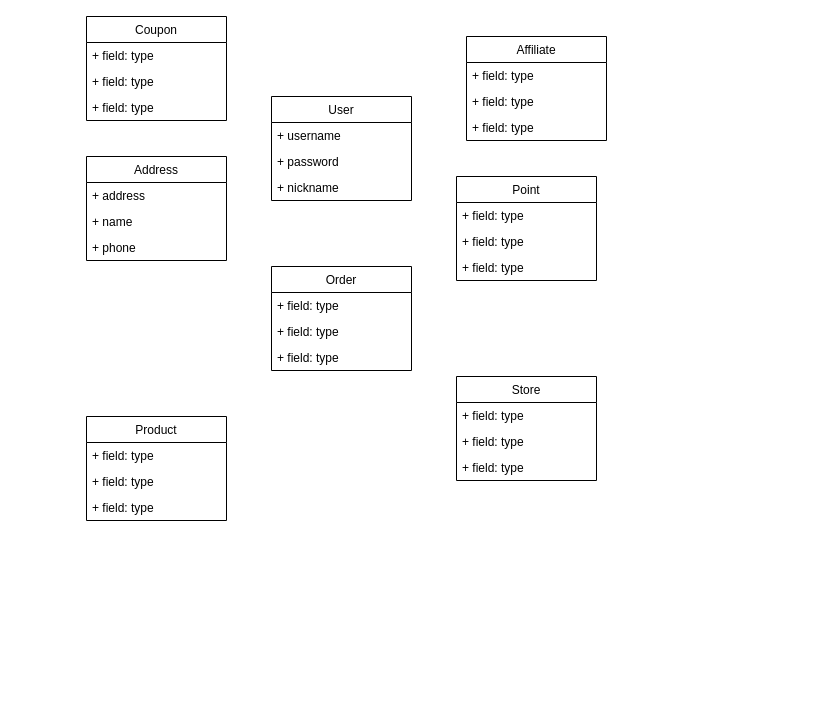
Earlier version of the draw.io diagram mall.drawio (jrsmith12138/diagrams). Source tidied: cells renumbered, new cells numbered last; positions are measured from the earlier drawing's top-left corner, leaving out a move shared by most shapes. Both pictures are drawn from the tidied source at 100%, with x=0, y=0 at pixel (86, 16).
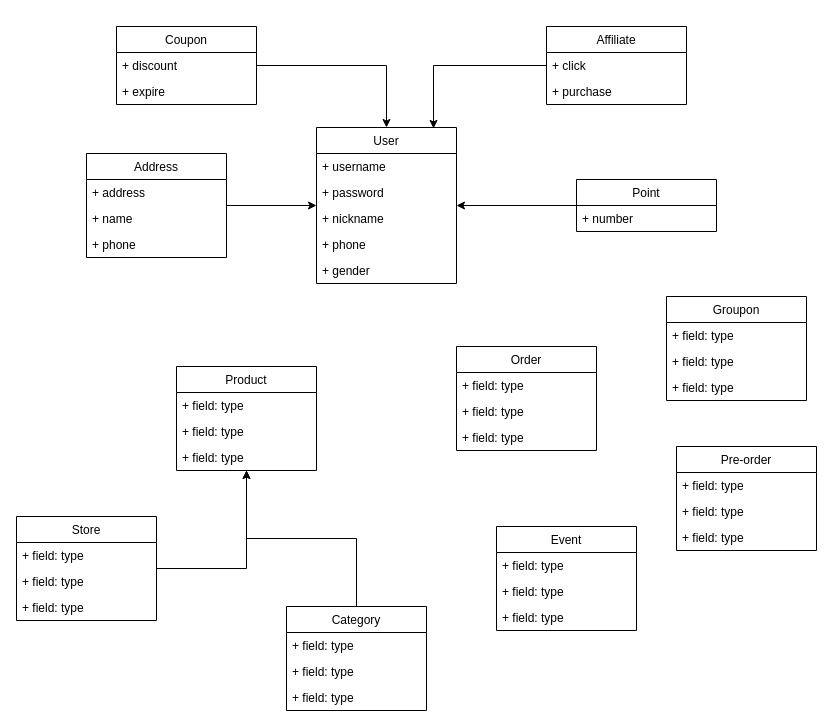
Above is the later version.

The edit, as a diff of the source:
```diff
@@
-    <mxCell id="2" value="Coupon" style="swimlane;fontStyle=0;horizontal=1;startSize=26;fillColor=none;" parent="1" vertex="1">
-      <mxGeometry width="140" height="104" as="geometry" />
-    </mxCell>
-    <mxCell id="3" value="+ field: type" style="text;strokeColor=none;fillColor=none;align=left;verticalAlign=top;spacingLeft=4;spacingRight=4;overflow=hidden;" parent="2" vertex="1">
-      <mxGeometry y="26" width="140" height="26" as="geometry" />
-    </mxCell>
-    <mxCell id="4" value="+ field: type" style="text;strokeColor=none;fillColor=none;align=left;verticalAlign=top;spacingLeft=4;spacingRight=4;overflow=hidden;" parent="2" vertex="1">
-      <mxGeometry y="52" width="140" height="26" as="geometry" />
-    </mxCell>
-    <mxCell id="5" value="+ field: type" style="text;strokeColor=none;fillColor=none;align=left;verticalAlign=top;spacingLeft=4;spacingRight=4;overflow=hidden;" parent="2" vertex="1">
-      <mxGeometry y="78" width="140" height="26" as="geometry" />
-    </mxCell>
+    <mxCell id="22" value="Product" style="swimlane;fontStyle=0;horizontal=1;startSize=26;fillColor=none;" parent="1" vertex="1">
+      <mxGeometry x="90" y="350" width="140" height="104" as="geometry" />
+    </mxCell>
+    <mxCell id="23" value="+ field: type" style="text;strokeColor=none;fillColor=none;align=left;verticalAlign=top;spacingLeft=4;spacingRight=4;overflow=hidden;" parent="22" vertex="1">
+      <mxGeometry y="26" width="140" height="26" as="geometry" />
+    </mxCell>
+    <mxCell id="24" value="+ field: type" style="text;strokeColor=none;fillColor=none;align=left;verticalAlign=top;spacingLeft=4;spacingRight=4;overflow=hidden;" parent="22" vertex="1">
+      <mxGeometry y="52" width="140" height="26" as="geometry" />
+    </mxCell>
+    <mxCell id="25" value="+ field: type" style="text;strokeColor=none;fillColor=none;align=left;verticalAlign=top;spacingLeft=4;spacingRight=4;overflow=hidden;" parent="22" vertex="1">
+      <mxGeometry y="78" width="140" height="26" as="geometry" />
+    </mxCell>
+    <mxCell id="10" value="User" style="swimlane;fontStyle=0;horizontal=1;startSize=26;fillColor=none;" parent="1" vertex="1">
+      <mxGeometry x="230" y="111" width="140" height="156" as="geometry" />
+    </mxCell>
+    <mxCell id="11" value="+ username" style="text;strokeColor=none;fillColor=none;align=left;verticalAlign=top;spacingLeft=4;spacingRight=4;overflow=hidden;" parent="10" vertex="1">
+      <mxGeometry y="26" width="140" height="26" as="geometry" />
+    </mxCell>
+    <mxCell id="12" value="+ password" style="text;strokeColor=none;fillColor=none;align=left;verticalAlign=top;spacingLeft=4;spacingRight=4;overflow=hidden;" parent="10" vertex="1">
+      <mxGeometry y="52" width="140" height="26" as="geometry" />
+    </mxCell>
+    <mxCell id="13" value="+ nickname" style="text;strokeColor=none;fillColor=none;align=left;verticalAlign=top;spacingLeft=4;spacingRight=4;overflow=hidden;" parent="10" vertex="1">
+      <mxGeometry y="78" width="140" height="26" as="geometry" />
+    </mxCell>
+    <mxCell id="34" value="+ phone" style="text;strokeColor=none;fillColor=none;align=left;verticalAlign=top;spacingLeft=4;spacingRight=4;overflow=hidden;" parent="10" vertex="1">
+      <mxGeometry y="104" width="140" height="26" as="geometry" />
+    </mxCell>
+    <mxCell id="35" value="+ gender" style="text;strokeColor=none;fillColor=none;align=left;verticalAlign=top;spacingLeft=4;spacingRight=4;overflow=hidden;" parent="10" vertex="1">
+      <mxGeometry y="130" width="140" height="26" as="geometry" />
+    </mxCell>
+    <mxCell id="36" style="edgeStyle=orthogonalEdgeStyle;rounded=0;jettySize=auto;html=1;" parent="1" edge="1" source="6" target="10">
+      <mxGeometry relative="1" as="geometry" />
+    </mxCell>
     <mxCell id="6" value="Address" style="swimlane;fontStyle=0;horizontal=1;startSize=26;fillColor=none;" parent="1" vertex="1">
-      <mxGeometry y="140" width="140" height="104" as="geometry" />
+      <mxGeometry y="137" width="140" height="104" as="geometry" />
     </mxCell>
@@
-    <mxCell id="10" value="User" style="swimlane;fontStyle=0;horizontal=1;startSize=26;fillColor=none;" parent="1" vertex="1">
-      <mxGeometry x="185" y="80" width="140" height="104" as="geometry" />
-    </mxCell>
-    <mxCell id="11" value="+ username" style="text;strokeColor=none;fillColor=none;align=left;verticalAlign=top;spacingLeft=4;spacingRight=4;overflow=hidden;" parent="10" vertex="1">
-      <mxGeometry y="26" width="140" height="26" as="geometry" />
-    </mxCell>
-    <mxCell id="12" value="+ password" style="text;strokeColor=none;fillColor=none;align=left;verticalAlign=top;spacingLeft=4;spacingRight=4;overflow=hidden;" parent="10" vertex="1">
-      <mxGeometry y="52" width="140" height="26" as="geometry" />
-    </mxCell>
-    <mxCell id="13" value="+ nickname" style="text;strokeColor=none;fillColor=none;align=left;verticalAlign=top;spacingLeft=4;spacingRight=4;overflow=hidden;" parent="10" vertex="1">
-      <mxGeometry y="78" width="140" height="26" as="geometry" />
-    </mxCell>
+    <mxCell id="37" style="edgeStyle=orthogonalEdgeStyle;rounded=0;jettySize=auto;html=1;" parent="1" edge="1" source="18" target="10">
+      <mxGeometry relative="1" as="geometry" />
+    </mxCell>
+    <mxCell id="18" value="Point" style="swimlane;fontStyle=0;horizontal=1;startSize=26;fillColor=none;" parent="1" vertex="1">
+      <mxGeometry x="490" y="163" width="140" height="52" as="geometry" />
+    </mxCell>
+    <mxCell id="19" value="+ number" style="text;strokeColor=none;fillColor=none;align=left;verticalAlign=top;spacingLeft=4;spacingRight=4;overflow=hidden;" parent="18" vertex="1">
+      <mxGeometry y="26" width="140" height="26" as="geometry" />
+    </mxCell>
+    <mxCell id="38" style="edgeStyle=orthogonalEdgeStyle;rounded=0;jettySize=auto;html=1;" parent="1" edge="1" source="2" target="10">
+      <mxGeometry relative="1" as="geometry" />
+    </mxCell>
+    <mxCell id="2" value="Coupon" style="swimlane;fontStyle=0;horizontal=1;startSize=26;fillColor=none;" parent="1" vertex="1">
+      <mxGeometry x="30" y="10" width="140" height="78" as="geometry" />
+    </mxCell>
+    <mxCell id="3" value="+ discount" style="text;strokeColor=none;fillColor=none;align=left;verticalAlign=top;spacingLeft=4;spacingRight=4;overflow=hidden;" parent="2" vertex="1">
+      <mxGeometry y="26" width="140" height="26" as="geometry" />
+    </mxCell>
+    <mxCell id="4" value="+ expire" style="text;strokeColor=none;fillColor=none;align=left;verticalAlign=top;spacingLeft=4;spacingRight=4;overflow=hidden;" parent="2" vertex="1">
+      <mxGeometry y="52" width="140" height="26" as="geometry" />
+    </mxCell>
+    <mxCell id="39" style="edgeStyle=orthogonalEdgeStyle;rounded=0;jettySize=auto;html=1;entryX=0.836;entryY=0.006;entryDx=0;entryDy=0;entryPerimeter=0;" parent="1" edge="1" source="14" target="10">
+      <mxGeometry relative="1" as="geometry" />
+    </mxCell>
     <mxCell id="14" value="Affiliate" style="swimlane;fontStyle=0;horizontal=1;startSize=26;fillColor=none;" parent="1" vertex="1">
-      <mxGeometry x="380" y="20" width="140" height="104" as="geometry" />
+      <mxGeometry x="460" y="10" width="140" height="78" as="geometry" />
     </mxCell>
-    <mxCell id="15" value="+ field: type" style="text;strokeColor=none;fillColor=none;align=left;verticalAlign=top;spacingLeft=4;spacingRight=4;overflow=hidden;" parent="14" vertex="1">
+    <mxCell id="15" value="+ click" style="text;strokeColor=none;fillColor=none;align=left;verticalAlign=top;spacingLeft=4;spacingRight=4;overflow=hidden;" parent="14" vertex="1">
       <mxGeometry y="26" width="140" height="26" as="geometry" />
     </mxCell>
-    <mxCell id="16" value="+ field: type" style="text;strokeColor=none;fillColor=none;align=left;verticalAlign=top;spacingLeft=4;spacingRight=4;overflow=hidden;" parent="14" vertex="1">
+    <mxCell id="16" value="+ purchase" style="text;strokeColor=none;fillColor=none;align=left;verticalAlign=top;spacingLeft=4;spacingRight=4;overflow=hidden;" parent="14" vertex="1">
       <mxGeometry y="52" width="140" height="26" as="geometry" />
     </mxCell>
-    <mxCell id="17" value="+ field: type" style="text;strokeColor=none;fillColor=none;align=left;verticalAlign=top;spacingLeft=4;spacingRight=4;overflow=hidden;" parent="14" vertex="1">
-      <mxGeometry y="78" width="140" height="26" as="geometry" />
-    </mxCell>
-    <mxCell id="18" value="Point" style="swimlane;fontStyle=0;horizontal=1;startSize=26;fillColor=none;" parent="1" vertex="1">
-      <mxGeometry x="370" y="160" width="140" height="104" as="geometry" />
-    </mxCell>
-    <mxCell id="19" value="+ field: type" style="text;strokeColor=none;fillColor=none;align=left;verticalAlign=top;spacingLeft=4;spacingRight=4;overflow=hidden;" parent="18" vertex="1">
-      <mxGeometry y="26" width="140" height="26" as="geometry" />
-    </mxCell>
-    <mxCell id="20" value="+ field: type" style="text;strokeColor=none;fillColor=none;align=left;verticalAlign=top;spacingLeft=4;spacingRight=4;overflow=hidden;" parent="18" vertex="1">
-      <mxGeometry y="52" width="140" height="26" as="geometry" />
-    </mxCell>
-    <mxCell id="21" value="+ field: type" style="text;strokeColor=none;fillColor=none;align=left;verticalAlign=top;spacingLeft=4;spacingRight=4;overflow=hidden;" parent="18" vertex="1">
-      <mxGeometry y="78" width="140" height="26" as="geometry" />
-    </mxCell>
-    <mxCell id="22" value="Product" style="swimlane;fontStyle=0;horizontal=1;startSize=26;fillColor=none;" parent="1" vertex="1">
-      <mxGeometry y="400" width="140" height="104" as="geometry" />
-    </mxCell>
-    <mxCell id="23" value="+ field: type" style="text;strokeColor=none;fillColor=none;align=left;verticalAlign=top;spacingLeft=4;spacingRight=4;overflow=hidden;" parent="22" vertex="1">
-      <mxGeometry y="26" width="140" height="26" as="geometry" />
-    </mxCell>
-    <mxCell id="24" value="+ field: type" style="text;strokeColor=none;fillColor=none;align=left;verticalAlign=top;spacingLeft=4;spacingRight=4;overflow=hidden;" parent="22" vertex="1">
-      <mxGeometry y="52" width="140" height="26" as="geometry" />
-    </mxCell>
-    <mxCell id="25" value="+ field: type" style="text;strokeColor=none;fillColor=none;align=left;verticalAlign=top;spacingLeft=4;spacingRight=4;overflow=hidden;" parent="22" vertex="1">
-      <mxGeometry y="78" width="140" height="26" as="geometry" />
-    </mxCell>
+    <mxCell id="40" style="edgeStyle=orthogonalEdgeStyle;rounded=0;jettySize=auto;html=1;" parent="1" edge="1" source="30" target="22">
+      <mxGeometry relative="1" as="geometry" />
+    </mxCell>
+    <mxCell id="30" value="Store" style="swimlane;fontStyle=0;horizontal=1;startSize=26;fillColor=none;" parent="1" vertex="1">
+      <mxGeometry x="-70" y="500" width="140" height="104" as="geometry" />
+    </mxCell>
+    <mxCell id="31" value="+ field: type" style="text;strokeColor=none;fillColor=none;align=left;verticalAlign=top;spacingLeft=4;spacingRight=4;overflow=hidden;" parent="30" vertex="1">
+      <mxGeometry y="26" width="140" height="26" as="geometry" />
+    </mxCell>
+    <mxCell id="32" value="+ field: type" style="text;strokeColor=none;fillColor=none;align=left;verticalAlign=top;spacingLeft=4;spacingRight=4;overflow=hidden;" parent="30" vertex="1">
+      <mxGeometry y="52" width="140" height="26" as="geometry" />
+    </mxCell>
+    <mxCell id="33" value="+ field: type" style="text;strokeColor=none;fillColor=none;align=left;verticalAlign=top;spacingLeft=4;spacingRight=4;overflow=hidden;" parent="30" vertex="1">
+      <mxGeometry y="78" width="140" height="26" as="geometry" />
+    </mxCell>
+    <mxCell id="41" style="edgeStyle=orthogonalEdgeStyle;rounded=0;jettySize=auto;html=1;" parent="1" edge="1" source="42" target="22">
+      <mxGeometry relative="1" as="geometry" />
+    </mxCell>
+    <mxCell id="42" value="Category" style="swimlane;fontStyle=0;horizontal=1;startSize=26;fillColor=none;" parent="1" vertex="1">
+      <mxGeometry x="200" y="590" width="140" height="104" as="geometry" />
+    </mxCell>
+    <mxCell id="43" value="+ field: type" style="text;strokeColor=none;fillColor=none;align=left;verticalAlign=top;spacingLeft=4;spacingRight=4;overflow=hidden;" parent="42" vertex="1">
+      <mxGeometry y="26" width="140" height="26" as="geometry" />
+    </mxCell>
+    <mxCell id="44" value="+ field: type" style="text;strokeColor=none;fillColor=none;align=left;verticalAlign=top;spacingLeft=4;spacingRight=4;overflow=hidden;" parent="42" vertex="1">
+      <mxGeometry y="52" width="140" height="26" as="geometry" />
+    </mxCell>
+    <mxCell id="45" value="+ field: type" style="text;strokeColor=none;fillColor=none;align=left;verticalAlign=top;spacingLeft=4;spacingRight=4;overflow=hidden;" parent="42" vertex="1">
+      <mxGeometry y="78" width="140" height="26" as="geometry" />
+    </mxCell>
+    <mxCell id="46" value="Event" style="swimlane;fontStyle=0;horizontal=1;startSize=26;fillColor=none;" parent="1" vertex="1">
+      <mxGeometry x="410" y="510" width="140" height="104" as="geometry" />
+    </mxCell>
+    <mxCell id="47" value="+ field: type" style="text;strokeColor=none;fillColor=none;align=left;verticalAlign=top;spacingLeft=4;spacingRight=4;overflow=hidden;" parent="46" vertex="1">
+      <mxGeometry y="26" width="140" height="26" as="geometry" />
+    </mxCell>
+    <mxCell id="48" value="+ field: type" style="text;strokeColor=none;fillColor=none;align=left;verticalAlign=top;spacingLeft=4;spacingRight=4;overflow=hidden;" parent="46" vertex="1">
+      <mxGeometry y="52" width="140" height="26" as="geometry" />
+    </mxCell>
+    <mxCell id="49" value="+ field: type" style="text;strokeColor=none;fillColor=none;align=left;verticalAlign=top;spacingLeft=4;spacingRight=4;overflow=hidden;" parent="46" vertex="1">
+      <mxGeometry y="78" width="140" height="26" as="geometry" />
+    </mxCell>
     <mxCell id="26" value="Order" style="swimlane;fontStyle=0;horizontal=1;startSize=26;fillColor=none;" parent="1" vertex="1">
-      <mxGeometry x="185" y="250" width="140" height="104" as="geometry" />
+      <mxGeometry x="370" y="330" width="140" height="104" as="geometry" />
     </mxCell>
@@
-    <mxCell id="30" value="Store" style="swimlane;fontStyle=0;horizontal=1;startSize=26;fillColor=none;" parent="1" vertex="1">
-      <mxGeometry x="370" y="360" width="140" height="104" as="geometry" />
-    </mxCell>
-    <mxCell id="31" value="+ field: type" style="text;strokeColor=none;fillColor=none;align=left;verticalAlign=top;spacingLeft=4;spacingRight=4;overflow=hidden;" parent="30" vertex="1">
-      <mxGeometry y="26" width="140" height="26" as="geometry" />
-    </mxCell>
-    <mxCell id="32" value="+ field: type" style="text;strokeColor=none;fillColor=none;align=left;verticalAlign=top;spacingLeft=4;spacingRight=4;overflow=hidden;" parent="30" vertex="1">
-      <mxGeometry y="52" width="140" height="26" as="geometry" />
-    </mxCell>
-    <mxCell id="33" value="+ field: type" style="text;strokeColor=none;fillColor=none;align=left;verticalAlign=top;spacingLeft=4;spacingRight=4;overflow=hidden;" parent="30" vertex="1">
-      <mxGeometry y="78" width="140" height="26" as="geometry" />
-    </mxCell>
+    <mxCell id="50" value="Groupon" style="swimlane;fontStyle=0;horizontal=1;startSize=26;fillColor=none;" parent="1" vertex="1">
+      <mxGeometry x="580" y="280" width="140" height="104" as="geometry" />
+    </mxCell>
+    <mxCell id="51" value="+ field: type" style="text;strokeColor=none;fillColor=none;align=left;verticalAlign=top;spacingLeft=4;spacingRight=4;overflow=hidden;" parent="50" vertex="1">
+      <mxGeometry y="26" width="140" height="26" as="geometry" />
+    </mxCell>
+    <mxCell id="52" value="+ field: type" style="text;strokeColor=none;fillColor=none;align=left;verticalAlign=top;spacingLeft=4;spacingRight=4;overflow=hidden;" parent="50" vertex="1">
+      <mxGeometry y="52" width="140" height="26" as="geometry" />
+    </mxCell>
+    <mxCell id="53" value="+ field: type" style="text;strokeColor=none;fillColor=none;align=left;verticalAlign=top;spacingLeft=4;spacingRight=4;overflow=hidden;" parent="50" vertex="1">
+      <mxGeometry y="78" width="140" height="26" as="geometry" />
+    </mxCell>
+    <mxCell id="54" value="Pre-order" style="swimlane;fontStyle=0;horizontal=1;startSize=26;fillColor=none;" parent="1" vertex="1">
+      <mxGeometry x="590" y="430" width="140" height="104" as="geometry" />
+    </mxCell>
+    <mxCell id="55" value="+ field: type" style="text;strokeColor=none;fillColor=none;align=left;verticalAlign=top;spacingLeft=4;spacingRight=4;overflow=hidden;" parent="54" vertex="1">
+      <mxGeometry y="26" width="140" height="26" as="geometry" />
+    </mxCell>
+    <mxCell id="56" value="+ field: type" style="text;strokeColor=none;fillColor=none;align=left;verticalAlign=top;spacingLeft=4;spacingRight=4;overflow=hidden;" parent="54" vertex="1">
+      <mxGeometry y="52" width="140" height="26" as="geometry" />
+    </mxCell>
+    <mxCell id="57" value="+ field: type" style="text;strokeColor=none;fillColor=none;align=left;verticalAlign=top;spacingLeft=4;spacingRight=4;overflow=hidden;" parent="54" vertex="1">
+      <mxGeometry y="78" width="140" height="26" as="geometry" />
+    </mxCell>
```
